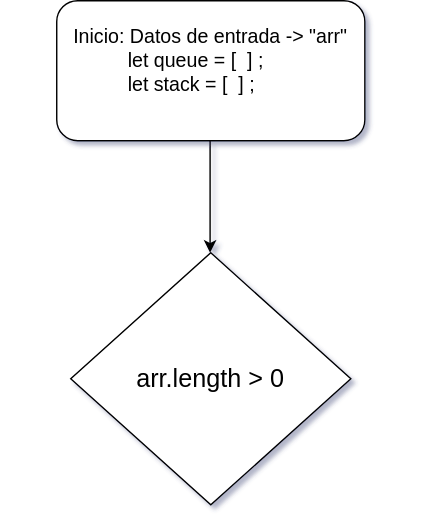
This is Untitled Diagram.drawio.svg from jcgm3205/jcgm3205, a draw.io export, as it was before one commit. Source tidied: cells renumbered, new cells last; positions are measured from the earlier drawing's top-left corner, leaving out a move shared by most shapes. Its diagram source:
```xml
<mxGraphModel shadow="1">
  <root>
    <mxCell id="0" />
    <mxCell id="1" parent="0" />
    <mxCell id="2" style="rounded=1;whiteSpace=wrap;html=1;" parent="1" vertex="1">
      <mxGeometry x="40" width="220" height="100" as="geometry" />
    </mxCell>
    <mxCell id="3" value="&lt;font&gt;&lt;span style=&quot;font-size: 14px&quot;&gt;Inicio: Datos de entrada -&amp;gt; &quot;arr&quot;&lt;/span&gt;&lt;br&gt;&lt;div style=&quot;text-align: left&quot;&gt;&lt;span style=&quot;font-size: 14px&quot;&gt;&amp;nbsp; &amp;nbsp; &amp;nbsp; &amp;nbsp; &amp;nbsp; let queue = [&amp;nbsp; ] ;&lt;/span&gt;&lt;/div&gt;&lt;div style=&quot;text-align: left&quot;&gt;&lt;span style=&quot;font-size: 14px&quot;&gt;&amp;nbsp; &amp;nbsp; &amp;nbsp; &amp;nbsp; &amp;nbsp; let stack = [&amp;nbsp; ] ;&lt;/span&gt;&lt;/div&gt;&lt;br&gt;&lt;/font&gt;" style="text;html=1;strokeColor=none;fillColor=none;align=center;verticalAlign=middle;whiteSpace=wrap;rounded=0;" parent="1" vertex="1">
      <mxGeometry width="300" height="100" as="geometry" />
    </mxCell>
    <mxCell id="4" style="endArrow=classic;html=1;rounded=0;fontSize=14;" parent="1" edge="1">
      <mxGeometry relative="1" as="geometry">
        <mxPoint x="149.5" y="100" as="sourcePoint" />
        <mxPoint x="149.5" y="180" as="targetPoint" />
      </mxGeometry>
    </mxCell>
    <mxCell id="5" style="rhombus;whiteSpace=wrap;html=1;fontSize=14;" parent="1" vertex="1">
      <mxGeometry x="50" y="180" width="200" height="180" as="geometry" />
    </mxCell>
    <mxCell id="6" value="&lt;font style=&quot;font-size: 18px&quot;&gt;arr.length &amp;gt; 0&lt;/font&gt;" style="text;html=1;strokeColor=none;fillColor=none;align=center;verticalAlign=middle;whiteSpace=wrap;rounded=0;fontSize=14;" parent="1" vertex="1">
      <mxGeometry x="90" y="220" width="120" height="100" as="geometry" />
    </mxCell>
  </root>
</mxGraphModel>
```
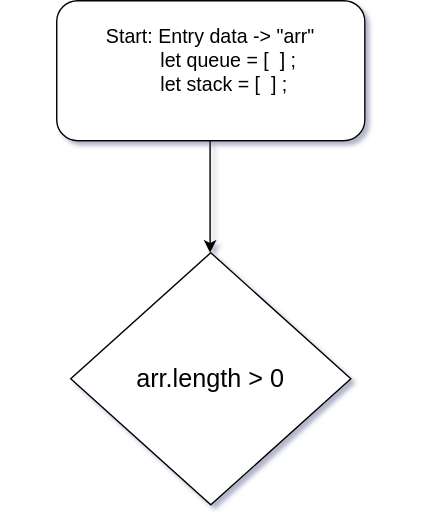
Above is the later version.

What changed in the source:
```diff
@@ -5,7 +5,7 @@
     <mxCell id="2" style="rounded=1;whiteSpace=wrap;html=1;" parent="1" vertex="1">
       <mxGeometry x="40" width="220" height="100" as="geometry" />
     </mxCell>
-    <mxCell id="3" value="&lt;font&gt;&lt;span style=&quot;font-size: 14px&quot;&gt;Inicio: Datos de entrada -&amp;gt; &quot;arr&quot;&lt;/span&gt;&lt;br&gt;&lt;div style=&quot;text-align: left&quot;&gt;&lt;span style=&quot;font-size: 14px&quot;&gt;&amp;nbsp; &amp;nbsp; &amp;nbsp; &amp;nbsp; &amp;nbsp; let queue = [&amp;nbsp; ] ;&lt;/span&gt;&lt;/div&gt;&lt;div style=&quot;text-align: left&quot;&gt;&lt;span style=&quot;font-size: 14px&quot;&gt;&amp;nbsp; &amp;nbsp; &amp;nbsp; &amp;nbsp; &amp;nbsp; let stack = [&amp;nbsp; ] ;&lt;/span&gt;&lt;/div&gt;&lt;br&gt;&lt;/font&gt;" style="text;html=1;strokeColor=none;fillColor=none;align=center;verticalAlign=middle;whiteSpace=wrap;rounded=0;" parent="1" vertex="1">
+    <mxCell id="3" value="&lt;font&gt;&lt;span style=&quot;font-size: 14px&quot;&gt;Start: Entry data -&amp;gt; &quot;arr&quot;&lt;/span&gt;&lt;br&gt;&lt;div style=&quot;text-align: left&quot;&gt;&lt;span style=&quot;font-size: 14px&quot;&gt;&amp;nbsp; &amp;nbsp; &amp;nbsp; &amp;nbsp; &amp;nbsp; let queue = [&amp;nbsp; ] ;&lt;/span&gt;&lt;/div&gt;&lt;div style=&quot;text-align: left&quot;&gt;&lt;span style=&quot;font-size: 14px&quot;&gt;&amp;nbsp; &amp;nbsp; &amp;nbsp; &amp;nbsp; &amp;nbsp; let stack = [&amp;nbsp; ] ;&lt;/span&gt;&lt;/div&gt;&lt;br&gt;&lt;/font&gt;" style="text;html=1;strokeColor=none;fillColor=none;align=center;verticalAlign=middle;whiteSpace=wrap;rounded=0;" parent="1" vertex="1">
       <mxGeometry width="300" height="100" as="geometry" />
     </mxCell>
     <mxCell id="4" style="endArrow=classic;html=1;rounded=0;fontSize=14;" parent="1" edge="1">
```
